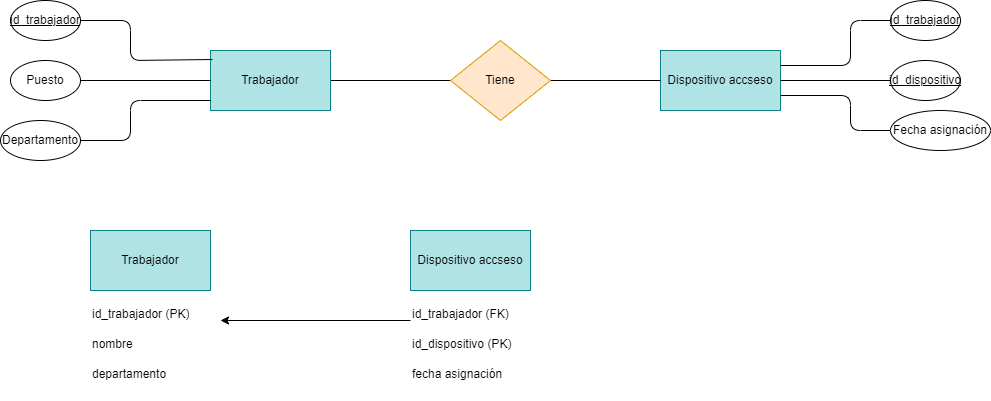
Above: Tareas/Unidad2/ejercicio2.2.drawio.png in WhiteCascade/BAE (draw.io), before the change. Source tidied: cells renumbered, new cells last; positions are measured from the earlier drawing's top-left corner, leaving out a move shared by most shapes.
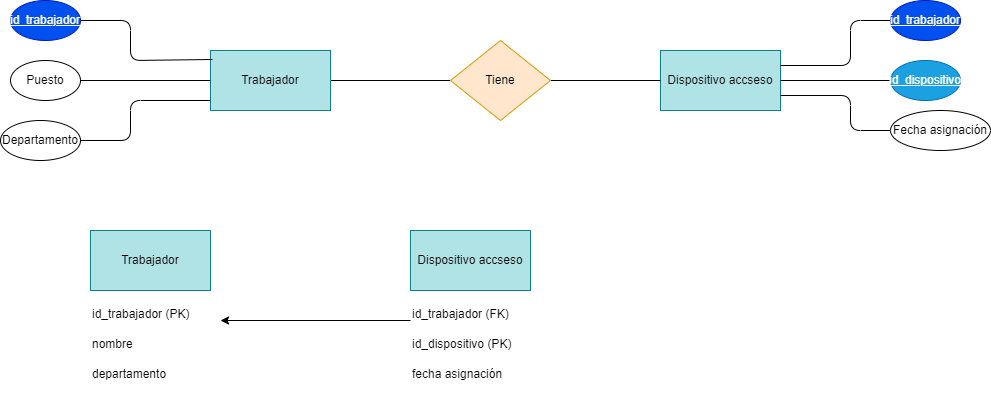
After the change.

Diff of the diagram source:
```diff
@@ -25,7 +25,7 @@
         </Array>
       </mxGeometry>
     </mxCell>
-    <mxCell id="8" value="&lt;u&gt;id_trabajador &lt;/u&gt;" style="ellipse;whiteSpace=wrap;html=1;" parent="1" vertex="1">
+    <mxCell id="8" value="&lt;u&gt;id_trabajador &lt;/u&gt;" style="ellipse;whiteSpace=wrap;html=1;fillColor=#0050ef;fontColor=#ffffff;strokeColor=#001DBC;" parent="1" vertex="1">
       <mxGeometry x="10" width="70" height="40" as="geometry" />
     </mxCell>
     <mxCell id="9" style="edgeStyle=none;html=1;entryX=0;entryY=0.5;entryDx=0;entryDy=0;endArrow=none;endFill=0;" parent="1" edge="1" source="10" target="3">
@@ -54,13 +54,13 @@
         </Array>
       </mxGeometry>
     </mxCell>
-    <mxCell id="14" value="&lt;u&gt;id_trabajador &lt;/u&gt;" style="ellipse;whiteSpace=wrap;html=1;" parent="1" vertex="1">
+    <mxCell id="14" value="&lt;u&gt;id_trabajador &lt;/u&gt;" style="ellipse;whiteSpace=wrap;html=1;fillColor=#0050ef;fontColor=#ffffff;strokeColor=#001DBC;" parent="1" vertex="1">
       <mxGeometry x="890" width="70" height="40" as="geometry" />
     </mxCell>
     <mxCell id="15" style="edgeStyle=none;html=1;entryX=1;entryY=0.5;entryDx=0;entryDy=0;endArrow=none;endFill=0;" parent="1" edge="1" source="16" target="4">
       <mxGeometry relative="1" as="geometry" />
     </mxCell>
-    <mxCell id="16" value="&lt;u&gt;id_dispositivo&lt;/u&gt;" style="ellipse;whiteSpace=wrap;html=1;" parent="1" vertex="1">
+    <mxCell id="16" value="&lt;u&gt;id_dispositivo&lt;/u&gt;" style="ellipse;whiteSpace=wrap;html=1;fillColor=#1ba1e2;fontColor=#ffffff;strokeColor=#006EAF;" parent="1" vertex="1">
       <mxGeometry x="890" y="60" width="70" height="40" as="geometry" />
     </mxCell>
     <mxCell id="17" style="edgeStyle=none;html=1;entryX=1;entryY=0.75;entryDx=0;entryDy=0;endArrow=none;endFill=0;" parent="1" edge="1" source="18" target="4">
```
